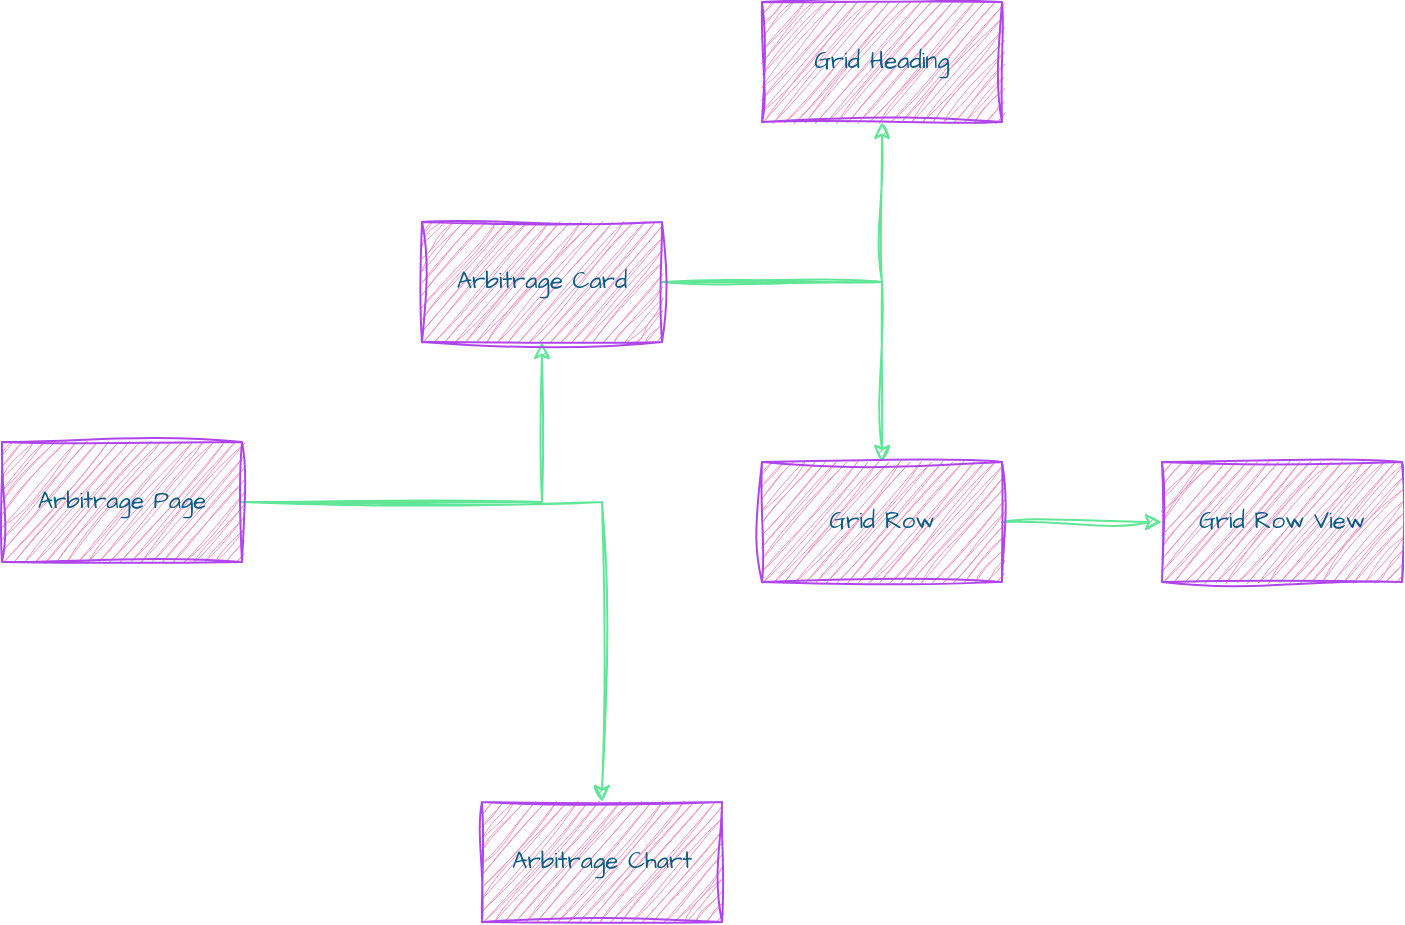
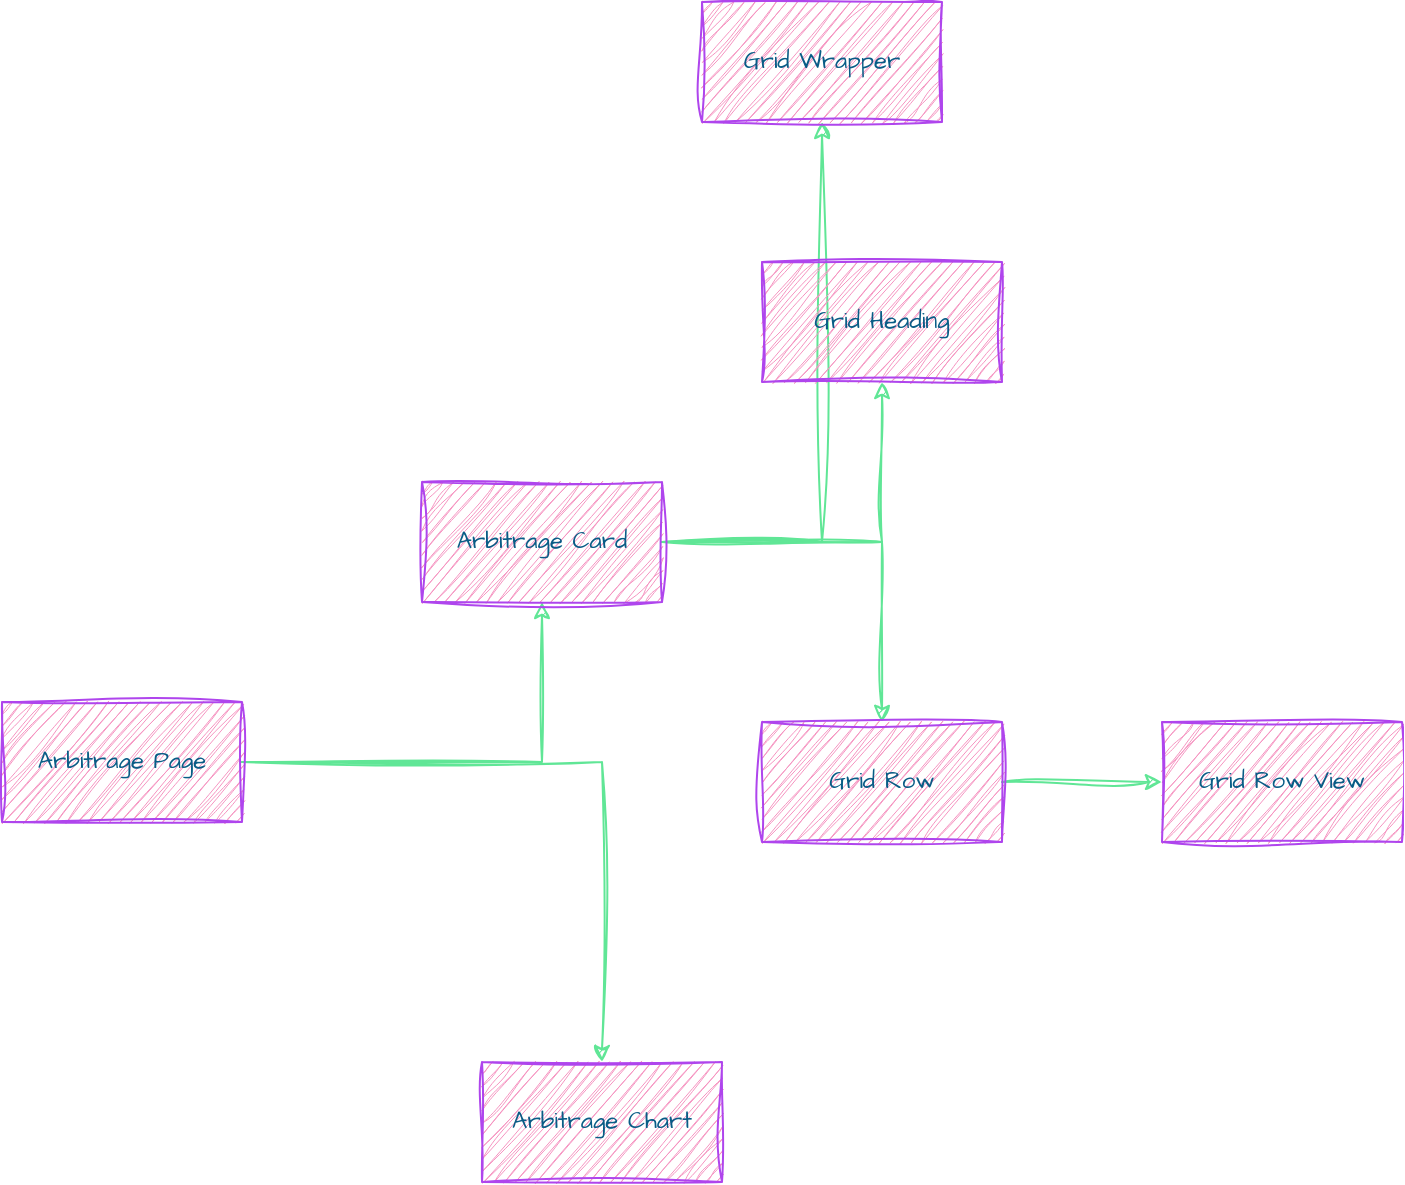
<mxfile host="app.diagrams.net" pages="6">
  <diagram id="4BpxD9aP9KdIrpdj0uMA" name="Arbitrage Page">
-     <mxGraphModel dx="1357" dy="626" grid="1" gridSize="10" guides="1" tooltips="1" connect="1" arrows="1" fold="1" page="0" pageScale="1" pageWidth="402" pageHeight="874" math="0" shadow="0">
+     <mxGraphModel dx="1357" dy="1026" grid="1" gridSize="10" guides="1" tooltips="1" connect="1" arrows="1" fold="1" page="0" pageScale="1" pageWidth="402" pageHeight="874" math="0" shadow="0">
      <root>
        <mxCell id="0" />
        <mxCell id="1" parent="0" />
        <mxCell id="s9Nx30N8KHW5dVmqoR0w-8" edge="1" parent="1" source="s9Nx30N8KHW5dVmqoR0w-1" style="edgeStyle=orthogonalEdgeStyle;rounded=0;sketch=1;hachureGap=4;jiggle=2;curveFitting=1;orthogonalLoop=1;jettySize=auto;html=1;strokeColor=#60E696;fontFamily=Architects Daughter;fontSource=https%3A%2F%2Ffonts.googleapis.com%2Fcss%3Ffamily%3DArchitects%2BDaughter;fontColor=#095C86;fillColor=#F694C1;" target="s9Nx30N8KHW5dVmqoR0w-7" value="">
          <mxGeometry relative="1" as="geometry" />
        </mxCell>
        <mxCell id="s9Nx30N8KHW5dVmqoR0w-16" edge="1" parent="1" source="s9Nx30N8KHW5dVmqoR0w-1" style="edgeStyle=orthogonalEdgeStyle;rounded=0;sketch=1;hachureGap=4;jiggle=2;curveFitting=1;orthogonalLoop=1;jettySize=auto;html=1;strokeColor=#60E696;fontFamily=Architects Daughter;fontSource=https%3A%2F%2Ffonts.googleapis.com%2Fcss%3Ffamily%3DArchitects%2BDaughter;fontColor=#095C86;fillColor=#F694C1;" target="s9Nx30N8KHW5dVmqoR0w-15" value="">
          <mxGeometry relative="1" as="geometry" />
        </mxCell>
        <mxCell id="s9Nx30N8KHW5dVmqoR0w-1" parent="1" style="whiteSpace=wrap;html=1;sketch=1;hachureGap=4;jiggle=2;curveFitting=1;strokeColor=#AF45ED;fontFamily=Architects Daughter;fontSource=https%3A%2F%2Ffonts.googleapis.com%2Fcss%3Ffamily%3DArchitects%2BDaughter;fontColor=#095C86;fillColor=#F694C1;" value="Arbitrage Page" vertex="1">
          <mxGeometry height="60" width="120" x="-110" y="240" as="geometry" />
        </mxCell>
        <mxCell id="s9Nx30N8KHW5dVmqoR0w-10" edge="1" parent="1" source="s9Nx30N8KHW5dVmqoR0w-7" style="edgeStyle=orthogonalEdgeStyle;rounded=0;sketch=1;hachureGap=4;jiggle=2;curveFitting=1;orthogonalLoop=1;jettySize=auto;html=1;strokeColor=#60E696;fontFamily=Architects Daughter;fontSource=https%3A%2F%2Ffonts.googleapis.com%2Fcss%3Ffamily%3DArchitects%2BDaughter;fontColor=#095C86;fillColor=#F694C1;" target="s9Nx30N8KHW5dVmqoR0w-9" value="">
          <mxGeometry relative="1" as="geometry" />
        </mxCell>
        <mxCell id="s9Nx30N8KHW5dVmqoR0w-12" edge="1" parent="1" source="s9Nx30N8KHW5dVmqoR0w-7" style="edgeStyle=orthogonalEdgeStyle;rounded=0;sketch=1;hachureGap=4;jiggle=2;curveFitting=1;orthogonalLoop=1;jettySize=auto;html=1;strokeColor=#60E696;fontFamily=Architects Daughter;fontSource=https%3A%2F%2Ffonts.googleapis.com%2Fcss%3Ffamily%3DArchitects%2BDaughter;fontColor=#095C86;fillColor=#F694C1;" target="s9Nx30N8KHW5dVmqoR0w-11" value="">
          <mxGeometry relative="1" as="geometry" />
        </mxCell>
+         <mxCell id="s9Nx30N8KHW5dVmqoR0w-18" edge="1" parent="1" source="s9Nx30N8KHW5dVmqoR0w-7" style="edgeStyle=orthogonalEdgeStyle;rounded=0;sketch=1;hachureGap=4;jiggle=2;curveFitting=1;orthogonalLoop=1;jettySize=auto;html=1;strokeColor=#60E696;fontFamily=Architects Daughter;fontSource=https%3A%2F%2Ffonts.googleapis.com%2Fcss%3Ffamily%3DArchitects%2BDaughter;fontColor=#095C86;fillColor=#F694C1;" target="s9Nx30N8KHW5dVmqoR0w-17" value="">
+           <mxGeometry relative="1" as="geometry" />
+         </mxCell>
        <mxCell id="s9Nx30N8KHW5dVmqoR0w-7" parent="1" style="whiteSpace=wrap;html=1;fontFamily=Architects Daughter;fillColor=#F694C1;strokeColor=#AF45ED;fontColor=#095C86;sketch=1;hachureGap=4;jiggle=2;curveFitting=1;fontSource=https%3A%2F%2Ffonts.googleapis.com%2Fcss%3Ffamily%3DArchitects%2BDaughter;" value="Arbitrage Card" vertex="1">
          <mxGeometry height="60" width="120" x="100" y="130" as="geometry" />
        </mxCell>
        <mxCell id="s9Nx30N8KHW5dVmqoR0w-9" parent="1" style="whiteSpace=wrap;html=1;fontFamily=Architects Daughter;fillColor=#F694C1;strokeColor=#AF45ED;fontColor=#095C86;sketch=1;hachureGap=4;jiggle=2;curveFitting=1;fontSource=https%3A%2F%2Ffonts.googleapis.com%2Fcss%3Ffamily%3DArchitects%2BDaughter;" value="Grid Heading" vertex="1">
          <mxGeometry height="60" width="120" x="270" y="20" as="geometry" />
        </mxCell>
        <mxCell id="s9Nx30N8KHW5dVmqoR0w-14" edge="1" parent="1" source="s9Nx30N8KHW5dVmqoR0w-11" style="edgeStyle=orthogonalEdgeStyle;rounded=0;sketch=1;hachureGap=4;jiggle=2;curveFitting=1;orthogonalLoop=1;jettySize=auto;html=1;strokeColor=#60E696;fontFamily=Architects Daughter;fontSource=https%3A%2F%2Ffonts.googleapis.com%2Fcss%3Ffamily%3DArchitects%2BDaughter;fontColor=#095C86;fillColor=#F694C1;" target="s9Nx30N8KHW5dVmqoR0w-13" value="">
          <mxGeometry relative="1" as="geometry" />
        </mxCell>
        <mxCell id="s9Nx30N8KHW5dVmqoR0w-11" parent="1" style="whiteSpace=wrap;html=1;fontFamily=Architects Daughter;fillColor=#F694C1;strokeColor=#AF45ED;fontColor=#095C86;sketch=1;hachureGap=4;jiggle=2;curveFitting=1;fontSource=https%3A%2F%2Ffonts.googleapis.com%2Fcss%3Ffamily%3DArchitects%2BDaughter;" value="Grid Row" vertex="1">
          <mxGeometry height="60" width="120" x="270" y="250" as="geometry" />
        </mxCell>
        <mxCell id="s9Nx30N8KHW5dVmqoR0w-13" parent="1" style="whiteSpace=wrap;html=1;fontFamily=Architects Daughter;fillColor=#F694C1;strokeColor=#AF45ED;fontColor=#095C86;sketch=1;hachureGap=4;jiggle=2;curveFitting=1;fontSource=https%3A%2F%2Ffonts.googleapis.com%2Fcss%3Ffamily%3DArchitects%2BDaughter;" value="Grid Row View" vertex="1">
          <mxGeometry height="60" width="120" x="470" y="250" as="geometry" />
        </mxCell>
        <mxCell id="s9Nx30N8KHW5dVmqoR0w-15" parent="1" style="whiteSpace=wrap;html=1;fontFamily=Architects Daughter;fillColor=#F694C1;strokeColor=#AF45ED;fontColor=#095C86;sketch=1;hachureGap=4;jiggle=2;curveFitting=1;fontSource=https%3A%2F%2Ffonts.googleapis.com%2Fcss%3Ffamily%3DArchitects%2BDaughter;" value="Arbitrage Chart" vertex="1">
          <mxGeometry height="60" width="120" x="130" y="420" as="geometry" />
+         </mxCell>
+         <mxCell id="s9Nx30N8KHW5dVmqoR0w-17" parent="1" style="whiteSpace=wrap;html=1;fontFamily=Architects Daughter;fillColor=#F694C1;strokeColor=#AF45ED;fontColor=#095C86;sketch=1;hachureGap=4;jiggle=2;curveFitting=1;fontSource=https%3A%2F%2Ffonts.googleapis.com%2Fcss%3Ffamily%3DArchitects%2BDaughter;" value="Grid Wrapper" vertex="1">
+           <mxGeometry height="60" width="120" x="240" y="-110" as="geometry" />
        </mxCell>
      </root>
    </mxGraphModel>
  </diagram>
  <diagram id="wPQbEJP3DVO_ncDqMHqx" name="Sessions Page">
    <mxGraphModel dx="2395" dy="1443" grid="1" gridSize="10" guides="1" tooltips="1" connect="1" arrows="1" fold="1" page="0" pageScale="1" pageWidth="402" pageHeight="874" math="0" shadow="0">
      <root>
        <mxCell id="0" />
        <mxCell id="1" parent="0" />
        <mxCell id="DB1AKVm6qyutKQlFYAWD-6" edge="1" parent="1" source="DB1AKVm6qyutKQlFYAWD-1" style="edgeStyle=orthogonalEdgeStyle;rounded=1;orthogonalLoop=1;jettySize=auto;html=1;sketch=1;curveFitting=1;jiggle=2;labelBackgroundColor=none;fontColor=default;strokeColor=#60E696;" target="DB1AKVm6qyutKQlFYAWD-5" value="">
          <mxGeometry relative="1" as="geometry" />
        </mxCell>
        <mxCell id="DB1AKVm6qyutKQlFYAWD-8" edge="1" parent="1" source="DB1AKVm6qyutKQlFYAWD-1" style="edgeStyle=orthogonalEdgeStyle;rounded=1;orthogonalLoop=1;jettySize=auto;html=1;sketch=1;curveFitting=1;jiggle=2;labelBackgroundColor=none;fontColor=default;strokeColor=#60E696;" target="DB1AKVm6qyutKQlFYAWD-7" value="">
          <mxGeometry relative="1" as="geometry">
            <Array as="points">
              <mxPoint x="120" y="270" />
            </Array>
          </mxGeometry>
        </mxCell>
        <mxCell id="DB1AKVm6qyutKQlFYAWD-10" edge="1" parent="1" source="DB1AKVm6qyutKQlFYAWD-1" style="edgeStyle=orthogonalEdgeStyle;rounded=1;orthogonalLoop=1;jettySize=auto;html=1;sketch=1;curveFitting=1;jiggle=2;labelBackgroundColor=none;fontColor=default;strokeColor=#60E696;" target="DB1AKVm6qyutKQlFYAWD-9" value="">
          <mxGeometry relative="1" as="geometry">
            <Array as="points">
              <mxPoint x="120" y="60" />
            </Array>
          </mxGeometry>
        </mxCell>
        <mxCell id="DB1AKVm6qyutKQlFYAWD-1" parent="1" style="rounded=1;whiteSpace=wrap;html=1;sketch=1;curveFitting=1;jiggle=2;labelBackgroundColor=none;fillColor=#F694C1;strokeColor=#AF45ED;fontColor=#095C86;" value="add-scrip" vertex="1">
          <mxGeometry height="60" width="120" x="60" y="130" as="geometry" />
        </mxCell>
        <mxCell id="DB1AKVm6qyutKQlFYAWD-4" edge="1" parent="1" source="DB1AKVm6qyutKQlFYAWD-3" style="edgeStyle=orthogonalEdgeStyle;rounded=1;orthogonalLoop=1;jettySize=auto;html=1;sketch=1;curveFitting=1;jiggle=2;labelBackgroundColor=none;fontColor=default;strokeColor=#60E696;" target="DB1AKVm6qyutKQlFYAWD-1" value="">
          <mxGeometry relative="1" as="geometry" />
        </mxCell>
        <mxCell id="DB1AKVm6qyutKQlFYAWD-12" edge="1" parent="1" source="DB1AKVm6qyutKQlFYAWD-3" style="edgeStyle=orthogonalEdgeStyle;rounded=1;orthogonalLoop=1;jettySize=auto;html=1;sketch=1;curveFitting=1;jiggle=2;labelBackgroundColor=none;fontColor=default;strokeColor=#60E696;" target="DB1AKVm6qyutKQlFYAWD-11" value="">
          <mxGeometry relative="1" as="geometry">
            <Array as="points">
              <mxPoint x="-100" y="360" />
            </Array>
          </mxGeometry>
        </mxCell>
        <mxCell id="DB1AKVm6qyutKQlFYAWD-3" parent="1" style="rounded=1;whiteSpace=wrap;html=1;sketch=1;curveFitting=1;jiggle=2;labelBackgroundColor=none;fillColor=#F694C1;strokeColor=#AF45ED;fontColor=#095C86;" value="add-session-cta" vertex="1">
          <mxGeometry height="60" width="120" x="-160" y="130" as="geometry" />
        </mxCell>
        <mxCell id="DB1AKVm6qyutKQlFYAWD-5" parent="1" style="whiteSpace=wrap;html=1;rounded=1;sketch=1;curveFitting=1;jiggle=2;labelBackgroundColor=none;fillColor=#F694C1;strokeColor=#AF45ED;fontColor=#095C86;" value="select-exchange" vertex="1">
          <mxGeometry height="60" width="120" x="310" y="130" as="geometry" />
        </mxCell>
        <mxCell id="ouMAoqMrmdJ_XqpmxOQB-3" edge="1" parent="1" source="DB1AKVm6qyutKQlFYAWD-7" style="edgeStyle=orthogonalEdgeStyle;rounded=1;sketch=1;hachureGap=4;jiggle=2;curveFitting=1;orthogonalLoop=1;jettySize=auto;html=1;fontFamily=Architects Daughter;fontSource=https%3A%2F%2Ffonts.googleapis.com%2Fcss%3Ffamily%3DArchitects%2BDaughter;labelBackgroundColor=none;fontColor=default;strokeColor=#60E696;" target="ouMAoqMrmdJ_XqpmxOQB-1">
          <mxGeometry relative="1" as="geometry" />
        </mxCell>
        <mxCell id="DB1AKVm6qyutKQlFYAWD-7" parent="1" style="whiteSpace=wrap;html=1;rounded=1;sketch=1;curveFitting=1;jiggle=2;labelBackgroundColor=none;fillColor=#F694C1;strokeColor=#AF45ED;fontColor=#095C86;" value="NSE Scrip Form" vertex="1">
          <mxGeometry height="60" width="120" x="310" y="220" as="geometry" />
        </mxCell>
        <mxCell id="ouMAoqMrmdJ_XqpmxOQB-2" edge="1" parent="1" source="DB1AKVm6qyutKQlFYAWD-9" style="edgeStyle=orthogonalEdgeStyle;rounded=1;sketch=1;hachureGap=4;jiggle=2;curveFitting=1;orthogonalLoop=1;jettySize=auto;html=1;fontFamily=Architects Daughter;fontSource=https%3A%2F%2Ffonts.googleapis.com%2Fcss%3Ffamily%3DArchitects%2BDaughter;labelBackgroundColor=none;fontColor=default;strokeColor=#60E696;" target="ouMAoqMrmdJ_XqpmxOQB-1" value="">
          <mxGeometry relative="1" as="geometry" />
        </mxCell>
        <mxCell id="DB1AKVm6qyutKQlFYAWD-9" parent="1" style="whiteSpace=wrap;html=1;rounded=1;sketch=1;curveFitting=1;jiggle=2;labelBackgroundColor=none;fillColor=#F694C1;strokeColor=#AF45ED;fontColor=#095C86;" value="NFO Scrip Form" vertex="1">
          <mxGeometry height="60" width="120" x="310" y="30" as="geometry" />
        </mxCell>
        <mxCell id="ouMAoqMrmdJ_XqpmxOQB-15" edge="1" parent="1" source="DB1AKVm6qyutKQlFYAWD-11" style="edgeStyle=orthogonalEdgeStyle;rounded=1;sketch=1;hachureGap=4;jiggle=2;curveFitting=1;orthogonalLoop=1;jettySize=auto;html=1;fontFamily=Architects Daughter;fontSource=https%3A%2F%2Ffonts.googleapis.com%2Fcss%3Ffamily%3DArchitects%2BDaughter;labelBackgroundColor=none;fontColor=default;strokeColor=#60E696;" target="ouMAoqMrmdJ_XqpmxOQB-14" value="">
          <mxGeometry relative="1" as="geometry" />
        </mxCell>
        <mxCell id="ouMAoqMrmdJ_XqpmxOQB-17" edge="1" parent="1" source="DB1AKVm6qyutKQlFYAWD-11" style="edgeStyle=orthogonalEdgeStyle;rounded=1;sketch=1;hachureGap=4;jiggle=2;curveFitting=1;orthogonalLoop=1;jettySize=auto;html=1;fontFamily=Architects Daughter;fontSource=https%3A%2F%2Ffonts.googleapis.com%2Fcss%3Ffamily%3DArchitects%2BDaughter;labelBackgroundColor=none;fontColor=default;strokeColor=#60E696;" target="ouMAoqMrmdJ_XqpmxOQB-16" value="">
          <mxGeometry relative="1" as="geometry">
            <Array as="points">
              <mxPoint x="120" y="520" />
            </Array>
          </mxGeometry>
        </mxCell>
        <mxCell id="DB1AKVm6qyutKQlFYAWD-11" parent="1" style="whiteSpace=wrap;html=1;rounded=1;sketch=1;curveFitting=1;jiggle=2;labelBackgroundColor=none;fillColor=#F694C1;strokeColor=#AF45ED;fontColor=#095C86;" value="scrip-list" vertex="1">
          <mxGeometry height="60" width="120" x="60" y="330" as="geometry" />
        </mxCell>
        <mxCell id="DB1AKVm6qyutKQlFYAWD-15" edge="1" parent="1" source="DB1AKVm6qyutKQlFYAWD-14" style="edgeStyle=orthogonalEdgeStyle;rounded=1;sketch=1;hachureGap=4;jiggle=2;curveFitting=1;orthogonalLoop=1;jettySize=auto;html=1;entryX=0;entryY=0.5;entryDx=0;entryDy=0;fontFamily=Architects Daughter;fontSource=https%3A%2F%2Ffonts.googleapis.com%2Fcss%3Ffamily%3DArchitects%2BDaughter;fontColor=default;labelBackgroundColor=none;strokeColor=#60E696;" target="DB1AKVm6qyutKQlFYAWD-3">
          <mxGeometry relative="1" as="geometry">
            <Array as="points">
              <mxPoint x="-360" y="160" />
            </Array>
          </mxGeometry>
        </mxCell>
        <mxCell id="ouMAoqMrmdJ_XqpmxOQB-28" edge="1" parent="1" source="DB1AKVm6qyutKQlFYAWD-14" style="edgeStyle=orthogonalEdgeStyle;rounded=1;sketch=1;hachureGap=4;jiggle=2;curveFitting=1;orthogonalLoop=1;jettySize=auto;html=1;entryX=0;entryY=0.5;entryDx=0;entryDy=0;fontFamily=Architects Daughter;fontSource=https%3A%2F%2Ffonts.googleapis.com%2Fcss%3Ffamily%3DArchitects%2BDaughter;labelBackgroundColor=none;fontColor=default;strokeColor=#60E696;" target="ouMAoqMrmdJ_XqpmxOQB-19">
          <mxGeometry relative="1" as="geometry">
            <Array as="points">
              <mxPoint x="-360" y="880" />
            </Array>
          </mxGeometry>
        </mxCell>
        <mxCell id="DB1AKVm6qyutKQlFYAWD-14" parent="1" style="rounded=1;whiteSpace=wrap;html=1;sketch=1;curveFitting=1;jiggle=2;labelBackgroundColor=none;fillColor=#F694C1;strokeColor=#AF45ED;fontColor=#095C86;" value="sessions-page" vertex="1">
          <mxGeometry height="60" width="120" x="-420" y="320" as="geometry" />
        </mxCell>
        <mxCell id="ouMAoqMrmdJ_XqpmxOQB-1" parent="1" style="whiteSpace=wrap;html=1;rounded=1;sketch=1;curveFitting=1;jiggle=2;labelBackgroundColor=none;fillColor=#F694C1;strokeColor=#AF45ED;fontColor=#095C86;" value="base form" vertex="1">
          <mxGeometry height="60" width="120" x="560" y="130" as="geometry" />
        </mxCell>
        <mxCell id="ouMAoqMrmdJ_XqpmxOQB-6" edge="1" parent="1" source="ouMAoqMrmdJ_XqpmxOQB-4" style="edgeStyle=orthogonalEdgeStyle;rounded=1;sketch=1;hachureGap=4;jiggle=2;curveFitting=1;orthogonalLoop=1;jettySize=auto;html=1;fontFamily=Architects Daughter;fontSource=https%3A%2F%2Ffonts.googleapis.com%2Fcss%3Ffamily%3DArchitects%2BDaughter;labelBackgroundColor=none;fontColor=default;strokeColor=#60E696;" target="ouMAoqMrmdJ_XqpmxOQB-5" value="">
          <mxGeometry relative="1" as="geometry" />
        </mxCell>
        <mxCell id="ouMAoqMrmdJ_XqpmxOQB-4" parent="1" style="whiteSpace=wrap;html=1;sketch=1;hachureGap=4;jiggle=2;curveFitting=1;fontFamily=Architects Daughter;fontSource=https%3A%2F%2Ffonts.googleapis.com%2Fcss%3Ffamily%3DArchitects%2BDaughter;labelBackgroundColor=none;rounded=1;fillColor=#F694C1;strokeColor=#AF45ED;fontColor=#095C86;" value="start Session" vertex="1">
          <mxGeometry height="60" width="120" x="900" y="-60" as="geometry" />
        </mxCell>
        <mxCell id="ouMAoqMrmdJ_XqpmxOQB-8" edge="1" parent="1" source="ouMAoqMrmdJ_XqpmxOQB-5" style="edgeStyle=orthogonalEdgeStyle;rounded=1;sketch=1;hachureGap=4;jiggle=2;curveFitting=1;orthogonalLoop=1;jettySize=auto;html=1;fontFamily=Architects Daughter;fontSource=https%3A%2F%2Ffonts.googleapis.com%2Fcss%3Ffamily%3DArchitects%2BDaughter;labelBackgroundColor=none;fontColor=default;strokeColor=#60E696;" target="ouMAoqMrmdJ_XqpmxOQB-7" value="">
          <mxGeometry relative="1" as="geometry" />
        </mxCell>
        <mxCell id="ouMAoqMrmdJ_XqpmxOQB-5" parent="1" style="whiteSpace=wrap;html=1;fontFamily=Architects Daughter;sketch=1;hachureGap=4;jiggle=2;curveFitting=1;fontSource=https%3A%2F%2Ffonts.googleapis.com%2Fcss%3Ffamily%3DArchitects%2BDaughter;labelBackgroundColor=none;rounded=1;fillColor=#F694C1;strokeColor=#AF45ED;fontColor=#095C86;" value="Place order" vertex="1">
          <mxGeometry height="60" width="120" x="1100" y="-60" as="geometry" />
        </mxCell>
        <mxCell id="ouMAoqMrmdJ_XqpmxOQB-10" edge="1" parent="1" source="ouMAoqMrmdJ_XqpmxOQB-7" style="edgeStyle=orthogonalEdgeStyle;rounded=1;sketch=1;hachureGap=4;jiggle=2;curveFitting=1;orthogonalLoop=1;jettySize=auto;html=1;fontFamily=Architects Daughter;fontSource=https%3A%2F%2Ffonts.googleapis.com%2Fcss%3Ffamily%3DArchitects%2BDaughter;labelBackgroundColor=none;fontColor=default;strokeColor=#60E696;" target="ouMAoqMrmdJ_XqpmxOQB-9" value="">
          <mxGeometry relative="1" as="geometry" />
        </mxCell>
        <mxCell id="ouMAoqMrmdJ_XqpmxOQB-7" parent="1" style="whiteSpace=wrap;html=1;fontFamily=Architects Daughter;sketch=1;hachureGap=4;jiggle=2;curveFitting=1;fontSource=https%3A%2F%2Ffonts.googleapis.com%2Fcss%3Ffamily%3DArchitects%2BDaughter;labelBackgroundColor=none;rounded=1;fillColor=#F694C1;strokeColor=#AF45ED;fontColor=#095C86;" value="update trade" vertex="1">
          <mxGeometry height="60" width="120" x="1300" y="-60" as="geometry" />
        </mxCell>
        <mxCell id="ouMAoqMrmdJ_XqpmxOQB-12" edge="1" parent="1" source="ouMAoqMrmdJ_XqpmxOQB-9" style="edgeStyle=orthogonalEdgeStyle;rounded=1;sketch=1;hachureGap=4;jiggle=2;curveFitting=1;orthogonalLoop=1;jettySize=auto;html=1;fontFamily=Architects Daughter;fontSource=https%3A%2F%2Ffonts.googleapis.com%2Fcss%3Ffamily%3DArchitects%2BDaughter;labelBackgroundColor=none;fontColor=default;strokeColor=#60E696;" target="ouMAoqMrmdJ_XqpmxOQB-11" value="">
          <mxGeometry relative="1" as="geometry" />
        </mxCell>
        <mxCell id="ouMAoqMrmdJ_XqpmxOQB-9" parent="1" style="whiteSpace=wrap;html=1;fontFamily=Architects Daughter;sketch=1;hachureGap=4;jiggle=2;curveFitting=1;fontSource=https%3A%2F%2Ffonts.googleapis.com%2Fcss%3Ffamily%3DArchitects%2BDaughter;labelBackgroundColor=none;rounded=1;fillColor=#F694C1;strokeColor=#AF45ED;fontColor=#095C86;" value="update netPosition" vertex="1">
          <mxGeometry height="60" width="120" x="1500" y="-60" as="geometry" />
        </mxCell>
        <mxCell id="ouMAoqMrmdJ_XqpmxOQB-11" parent="1" style="whiteSpace=wrap;html=1;fontFamily=Architects Daughter;sketch=1;hachureGap=4;jiggle=2;curveFitting=1;fontSource=https%3A%2F%2Ffonts.googleapis.com%2Fcss%3Ffamily%3DArchitects%2BDaughter;labelBackgroundColor=none;rounded=1;fillColor=#F694C1;strokeColor=#AF45ED;fontColor=#095C86;" value="update placedOrders?" vertex="1">
          <mxGeometry height="60" width="120" x="1700" y="-60" as="geometry" />
        </mxCell>
        <mxCell id="ouMAoqMrmdJ_XqpmxOQB-13" parent="1" style="html=1;verticalLabelPosition=bottom;align=center;labelBackgroundColor=none;verticalAlign=top;strokeWidth=2;shadow=0;dashed=0;shape=mxgraph.ios7.icons.tools;pointerEvents=1;sketch=1;hachureGap=4;jiggle=2;curveFitting=1;fontFamily=Architects Daughter;fontSource=https%3A%2F%2Ffonts.googleapis.com%2Fcss%3Ffamily%3DArchitects%2BDaughter;rounded=1;fillColor=#F694C1;strokeColor=#AF45ED;fontColor=#095C86;" value="" vertex="1">
          <mxGeometry height="50" width="50" x="1135" y="-20" as="geometry" />
        </mxCell>
        <mxCell id="ouMAoqMrmdJ_XqpmxOQB-14" parent="1" style="whiteSpace=wrap;html=1;rounded=1;sketch=1;curveFitting=1;jiggle=2;labelBackgroundColor=none;fillColor=#F694C1;strokeColor=#AF45ED;fontColor=#095C86;" value="live-price-cell" vertex="1">
          <mxGeometry height="60" width="120" x="260" y="330" as="geometry" />
        </mxCell>
        <mxCell id="ouMAoqMrmdJ_XqpmxOQB-16" parent="1" style="whiteSpace=wrap;html=1;rounded=1;sketch=1;curveFitting=1;jiggle=2;labelBackgroundColor=none;fillColor=#F694C1;strokeColor=#AF45ED;fontColor=#095C86;" value="charges-cell" vertex="1">
          <mxGeometry height="60" width="120" x="250" y="500" as="geometry" />
        </mxCell>
        <mxCell id="ouMAoqMrmdJ_XqpmxOQB-22" edge="1" parent="1" source="ouMAoqMrmdJ_XqpmxOQB-19" style="edgeStyle=orthogonalEdgeStyle;rounded=1;sketch=1;hachureGap=4;jiggle=2;curveFitting=1;orthogonalLoop=1;jettySize=auto;html=1;fontFamily=Architects Daughter;fontSource=https%3A%2F%2Ffonts.googleapis.com%2Fcss%3Ffamily%3DArchitects%2BDaughter;labelBackgroundColor=none;fontColor=default;strokeColor=#60E696;" target="ouMAoqMrmdJ_XqpmxOQB-21" value="">
          <mxGeometry relative="1" as="geometry" />
        </mxCell>
        <mxCell id="ouMAoqMrmdJ_XqpmxOQB-25" edge="1" parent="1" source="ouMAoqMrmdJ_XqpmxOQB-19" style="edgeStyle=orthogonalEdgeStyle;rounded=1;sketch=1;hachureGap=4;jiggle=2;curveFitting=1;orthogonalLoop=1;jettySize=auto;html=1;entryX=0;entryY=0.5;entryDx=0;entryDy=0;fontFamily=Architects Daughter;fontSource=https%3A%2F%2Ffonts.googleapis.com%2Fcss%3Ffamily%3DArchitects%2BDaughter;labelBackgroundColor=none;fontColor=default;strokeColor=#60E696;" target="ouMAoqMrmdJ_XqpmxOQB-23">
          <mxGeometry relative="1" as="geometry">
            <Array as="points">
              <mxPoint x="100" y="710" />
            </Array>
          </mxGeometry>
        </mxCell>
        <mxCell id="ouMAoqMrmdJ_XqpmxOQB-27" edge="1" parent="1" source="ouMAoqMrmdJ_XqpmxOQB-19" style="edgeStyle=orthogonalEdgeStyle;rounded=1;sketch=1;hachureGap=4;jiggle=2;curveFitting=1;orthogonalLoop=1;jettySize=auto;html=1;fontFamily=Architects Daughter;fontSource=https%3A%2F%2Ffonts.googleapis.com%2Fcss%3Ffamily%3DArchitects%2BDaughter;labelBackgroundColor=none;fontColor=default;strokeColor=#60E696;" target="ouMAoqMrmdJ_XqpmxOQB-26" value="">
          <mxGeometry relative="1" as="geometry">
            <Array as="points">
              <mxPoint x="100" y="1080" />
            </Array>
          </mxGeometry>
        </mxCell>
        <mxCell id="ouMAoqMrmdJ_XqpmxOQB-30" edge="1" parent="1" source="ouMAoqMrmdJ_XqpmxOQB-19" style="edgeStyle=orthogonalEdgeStyle;rounded=1;sketch=1;hachureGap=4;jiggle=2;curveFitting=1;orthogonalLoop=1;jettySize=auto;html=1;fontFamily=Architects Daughter;fontSource=https%3A%2F%2Ffonts.googleapis.com%2Fcss%3Ffamily%3DArchitects%2BDaughter;fontColor=default;labelBackgroundColor=none;strokeColor=#60E696;" target="ouMAoqMrmdJ_XqpmxOQB-29" value="">
          <mxGeometry relative="1" as="geometry">
            <Array as="points">
              <mxPoint x="80" y="610" />
            </Array>
          </mxGeometry>
        </mxCell>
        <mxCell id="ouMAoqMrmdJ_XqpmxOQB-19" parent="1" style="whiteSpace=wrap;html=1;rounded=1;sketch=1;curveFitting=1;jiggle=2;labelBackgroundColor=none;fillColor=#F694C1;strokeColor=#AF45ED;fontColor=#095C86;" value="session-card" vertex="1">
          <mxGeometry height="60" width="120" x="40" y="850" as="geometry" />
        </mxCell>
        <mxCell id="ouMAoqMrmdJ_XqpmxOQB-21" parent="1" style="whiteSpace=wrap;html=1;rounded=1;sketch=1;curveFitting=1;jiggle=2;labelBackgroundColor=none;fillColor=#F694C1;strokeColor=#AF45ED;fontColor=#095C86;" value="session-header" vertex="1">
          <mxGeometry height="60" width="120" x="290" y="850" as="geometry" />
        </mxCell>
        <mxCell id="ouMAoqMrmdJ_XqpmxOQB-32" edge="1" parent="1" source="ouMAoqMrmdJ_XqpmxOQB-23" style="edgeStyle=orthogonalEdgeStyle;rounded=1;sketch=1;hachureGap=4;jiggle=2;curveFitting=1;orthogonalLoop=1;jettySize=auto;html=1;fontFamily=Architects Daughter;fontSource=https%3A%2F%2Ffonts.googleapis.com%2Fcss%3Ffamily%3DArchitects%2BDaughter;fontColor=default;labelBackgroundColor=none;strokeColor=#60E696;" target="ouMAoqMrmdJ_XqpmxOQB-31" value="">
          <mxGeometry relative="1" as="geometry">
            <Array as="points">
              <mxPoint x="360" y="650" />
            </Array>
          </mxGeometry>
        </mxCell>
        <mxCell id="ouMAoqMrmdJ_XqpmxOQB-34" edge="1" parent="1" source="ouMAoqMrmdJ_XqpmxOQB-23" style="edgeStyle=orthogonalEdgeStyle;rounded=1;sketch=1;hachureGap=4;jiggle=2;curveFitting=1;orthogonalLoop=1;jettySize=auto;html=1;fontFamily=Architects Daughter;fontSource=https%3A%2F%2Ffonts.googleapis.com%2Fcss%3Ffamily%3DArchitects%2BDaughter;fontColor=default;labelBackgroundColor=none;strokeColor=#60E696;" target="ouMAoqMrmdJ_XqpmxOQB-33" value="">
          <mxGeometry relative="1" as="geometry" />
        </mxCell>
        <mxCell id="ouMAoqMrmdJ_XqpmxOQB-38" edge="1" parent="1" source="ouMAoqMrmdJ_XqpmxOQB-23" style="edgeStyle=orthogonalEdgeStyle;rounded=1;sketch=1;hachureGap=4;jiggle=2;curveFitting=1;orthogonalLoop=1;jettySize=auto;html=1;fontFamily=Architects Daughter;fontSource=https%3A%2F%2Ffonts.googleapis.com%2Fcss%3Ffamily%3DArchitects%2BDaughter;fontColor=default;labelBackgroundColor=none;strokeColor=#60E696;" target="ouMAoqMrmdJ_XqpmxOQB-37" value="">
          <mxGeometry relative="1" as="geometry">
            <Array as="points">
              <mxPoint x="360" y="790" />
              <mxPoint x="640" y="790" />
            </Array>
          </mxGeometry>
        </mxCell>
        <mxCell id="eX8Cx5BNWnft2gzvnQZb-2" edge="1" parent="1" source="ouMAoqMrmdJ_XqpmxOQB-23" style="edgeStyle=orthogonalEdgeStyle;rounded=0;sketch=1;hachureGap=4;jiggle=2;curveFitting=1;orthogonalLoop=1;jettySize=auto;html=1;fontFamily=Architects Daughter;fontSource=https%3A%2F%2Ffonts.googleapis.com%2Fcss%3Ffamily%3DArchitects%2BDaughter;entryX=0;entryY=0.5;entryDx=0;entryDy=0;labelBackgroundColor=none;fontColor=default;strokeColor=#60E696;" target="eX8Cx5BNWnft2gzvnQZb-3">
          <mxGeometry relative="1" as="geometry">
            <Array as="points">
              <mxPoint x="340" y="830" />
              <mxPoint x="600" y="830" />
              <mxPoint x="600" y="980" />
            </Array>
            <mxPoint x="600" y="1010" as="targetPoint" />
          </mxGeometry>
        </mxCell>
        <mxCell id="ouMAoqMrmdJ_XqpmxOQB-23" parent="1" style="whiteSpace=wrap;html=1;rounded=1;sketch=1;curveFitting=1;jiggle=2;labelBackgroundColor=none;fillColor=#F694C1;strokeColor=#AF45ED;fontColor=#095C86;" value="net-positions-grid" vertex="1">
          <mxGeometry height="60" width="120" x="300" y="680" as="geometry" />
        </mxCell>
        <mxCell id="ouMAoqMrmdJ_XqpmxOQB-26" parent="1" style="whiteSpace=wrap;html=1;rounded=1;sketch=1;curveFitting=1;jiggle=2;labelBackgroundColor=none;fillColor=#F694C1;strokeColor=#AF45ED;fontColor=#095C86;" value="pnl-summary" vertex="1">
          <mxGeometry height="60" width="120" x="300" y="1050" as="geometry" />
        </mxCell>
        <mxCell id="ouMAoqMrmdJ_XqpmxOQB-29" parent="1" style="whiteSpace=wrap;html=1;rounded=1;sketch=1;curveFitting=1;jiggle=2;labelBackgroundColor=none;fillColor=#F694C1;strokeColor=#AF45ED;fontColor=#095C86;" value="GridWrapper" vertex="1">
          <mxGeometry height="60" width="120" x="300" y="580" as="geometry" />
        </mxCell>
        <mxCell id="ouMAoqMrmdJ_XqpmxOQB-31" parent="1" style="whiteSpace=wrap;html=1;rounded=1;sketch=1;curveFitting=1;jiggle=2;labelBackgroundColor=none;fillColor=#F694C1;strokeColor=#AF45ED;fontColor=#095C86;" value="header" vertex="1">
          <mxGeometry height="60" width="120" x="700" y="600" as="geometry" />
        </mxCell>
        <mxCell id="ouMAoqMrmdJ_XqpmxOQB-33" parent="1" style="whiteSpace=wrap;html=1;rounded=1;sketch=1;curveFitting=1;jiggle=2;labelBackgroundColor=none;fillColor=#F694C1;strokeColor=#AF45ED;fontColor=#095C86;" value="table-heading" vertex="1">
          <mxGeometry height="60" width="120" x="700" y="710" as="geometry" />
        </mxCell>
        <mxCell id="ouMAoqMrmdJ_XqpmxOQB-40" edge="1" parent="1" source="ouMAoqMrmdJ_XqpmxOQB-37" style="edgeStyle=orthogonalEdgeStyle;rounded=1;sketch=1;hachureGap=4;jiggle=2;curveFitting=1;orthogonalLoop=1;jettySize=auto;html=1;fontFamily=Architects Daughter;fontSource=https%3A%2F%2Ffonts.googleapis.com%2Fcss%3Ffamily%3DArchitects%2BDaughter;fontColor=default;labelBackgroundColor=none;strokeColor=#60E696;" target="ouMAoqMrmdJ_XqpmxOQB-39" value="">
          <mxGeometry relative="1" as="geometry" />
        </mxCell>
        <mxCell id="ouMAoqMrmdJ_XqpmxOQB-41" edge="1" parent="1" source="ouMAoqMrmdJ_XqpmxOQB-37" style="edgeStyle=orthogonalEdgeStyle;rounded=1;sketch=1;hachureGap=4;jiggle=2;curveFitting=1;orthogonalLoop=1;jettySize=auto;html=1;fontFamily=Architects Daughter;fontSource=https%3A%2F%2Ffonts.googleapis.com%2Fcss%3Ffamily%3DArchitects%2BDaughter;fontColor=default;labelBackgroundColor=none;strokeColor=#60E696;" target="ouMAoqMrmdJ_XqpmxOQB-39" value="">
          <mxGeometry relative="1" as="geometry" />
        </mxCell>
        <mxCell id="ouMAoqMrmdJ_XqpmxOQB-43" edge="1" parent="1" source="ouMAoqMrmdJ_XqpmxOQB-37" style="edgeStyle=orthogonalEdgeStyle;rounded=1;sketch=1;hachureGap=4;jiggle=2;curveFitting=1;orthogonalLoop=1;jettySize=auto;html=1;fontFamily=Architects Daughter;fontSource=https%3A%2F%2Ffonts.googleapis.com%2Fcss%3Ffamily%3DArchitects%2BDaughter;fontColor=default;labelBackgroundColor=none;strokeColor=#60E696;" target="ouMAoqMrmdJ_XqpmxOQB-42" value="">
          <mxGeometry relative="1" as="geometry">
            <Array as="points">
              <mxPoint x="865" y="860" />
              <mxPoint x="865" y="890" />
            </Array>
          </mxGeometry>
        </mxCell>
        <mxCell id="ouMAoqMrmdJ_XqpmxOQB-37" parent="1" style="whiteSpace=wrap;html=1;rounded=1;sketch=1;curveFitting=1;jiggle=2;labelBackgroundColor=none;fillColor=#F694C1;strokeColor=#AF45ED;fontColor=#095C86;" value="instrument-row" vertex="1">
          <mxGeometry height="60" width="120" x="700" y="810" as="geometry" />
        </mxCell>
        <mxCell id="ouMAoqMrmdJ_XqpmxOQB-39" parent="1" style="whiteSpace=wrap;html=1;rounded=1;sketch=1;curveFitting=1;jiggle=2;labelBackgroundColor=none;fillColor=#F694C1;strokeColor=#AF45ED;fontColor=#095C86;" value="buy-sell-cta" vertex="1">
          <mxGeometry height="60" width="120" x="910" y="750" as="geometry" />
        </mxCell>
        <mxCell id="ouMAoqMrmdJ_XqpmxOQB-42" parent="1" style="whiteSpace=wrap;html=1;rounded=1;sketch=1;curveFitting=1;jiggle=2;labelBackgroundColor=none;fillColor=#F694C1;strokeColor=#AF45ED;fontColor=#095C86;" value="instrument-row-view" vertex="1">
          <mxGeometry height="60" width="120" x="910" y="860" as="geometry" />
        </mxCell>
        <mxCell id="eX8Cx5BNWnft2gzvnQZb-3" parent="1" style="rounded=1;whiteSpace=wrap;html=1;sketch=1;hachureGap=4;jiggle=2;curveFitting=1;fontFamily=Architects Daughter;fontSource=https%3A%2F%2Ffonts.googleapis.com%2Fcss%3Ffamily%3DArchitects%2BDaughter;labelBackgroundColor=none;fillColor=#F694C1;strokeColor=#AF45ED;fontColor=#095C86;" value="pnl-summary" vertex="1">
          <mxGeometry height="60" width="120" x="700" y="950" as="geometry" />
        </mxCell>
      </root>
    </mxGraphModel>
  </diagram>
  <diagram id="YVkBlKKJ4RNEtawBKbZk" name="Session">
    <mxGraphModel dx="1357" dy="626" grid="1" gridSize="10" guides="1" tooltips="1" connect="1" arrows="1" fold="1" page="0" pageScale="1" pageWidth="402" pageHeight="874" math="0" shadow="0">
      <root>
        <mxCell id="0" />
        <mxCell id="1" parent="0" />
        <mxCell id="b8iQl_XISdQ6rZ6kNcMQ-3" edge="1" parent="1" source="b8iQl_XISdQ6rZ6kNcMQ-1" style="edgeStyle=orthogonalEdgeStyle;rounded=0;orthogonalLoop=1;jettySize=auto;html=1;" target="b8iQl_XISdQ6rZ6kNcMQ-2" value="">
          <mxGeometry relative="1" as="geometry" />
        </mxCell>
        <mxCell id="b8iQl_XISdQ6rZ6kNcMQ-1" parent="1" style="rounded=1;whiteSpace=wrap;html=1;" value="start session" vertex="1">
          <mxGeometry height="60" width="120" x="-200" y="80" as="geometry" />
        </mxCell>
        <mxCell id="b8iQl_XISdQ6rZ6kNcMQ-5" edge="1" parent="1" source="b8iQl_XISdQ6rZ6kNcMQ-2" style="edgeStyle=orthogonalEdgeStyle;rounded=0;orthogonalLoop=1;jettySize=auto;html=1;" target="b8iQl_XISdQ6rZ6kNcMQ-4" value="">
          <mxGeometry relative="1" as="geometry" />
        </mxCell>
        <mxCell id="b8iQl_XISdQ6rZ6kNcMQ-2" parent="1" style="whiteSpace=wrap;html=1;rounded=1;" value="place orders&amp;nbsp;&lt;br&gt;(all or none)" vertex="1">
          <mxGeometry height="60" width="120" y="80" as="geometry" />
        </mxCell>
        <mxCell id="b8iQl_XISdQ6rZ6kNcMQ-7" edge="1" parent="1" source="b8iQl_XISdQ6rZ6kNcMQ-4" style="edgeStyle=orthogonalEdgeStyle;rounded=0;orthogonalLoop=1;jettySize=auto;html=1;" target="b8iQl_XISdQ6rZ6kNcMQ-6" value="">
          <mxGeometry relative="1" as="geometry" />
        </mxCell>
        <mxCell id="b8iQl_XISdQ6rZ6kNcMQ-4" parent="1" style="whiteSpace=wrap;html=1;rounded=1;" value="update margins" vertex="1">
          <mxGeometry height="60" width="120" x="200" y="80" as="geometry" />
        </mxCell>
        <mxCell id="b8iQl_XISdQ6rZ6kNcMQ-6" parent="1" style="whiteSpace=wrap;html=1;rounded=1;" value="create session" vertex="1">
          <mxGeometry height="60" width="120" x="200" y="200" as="geometry" />
        </mxCell>
        <mxCell id="b8iQl_XISdQ6rZ6kNcMQ-8" parent="1" style="rounded=1;whiteSpace=wrap;html=1;fillColor=#fff2cc;strokeColor=#d6b656;" value="firebase" vertex="1">
          <mxGeometry height="40" width="80" x="300" y="190" as="geometry" />
        </mxCell>
        <mxCell id="b8iQl_XISdQ6rZ6kNcMQ-9" parent="1" style="rounded=1;whiteSpace=wrap;html=1;fillColor=#fff2cc;strokeColor=#d6b656;" value="kite" vertex="1">
          <mxGeometry height="40" width="80" x="80" y="50" as="geometry" />
        </mxCell>
        <mxCell id="b8iQl_XISdQ6rZ6kNcMQ-10" parent="1" style="rounded=1;whiteSpace=wrap;html=1;fillColor=#fff2cc;strokeColor=#d6b656;" value="firebase" vertex="1">
          <mxGeometry height="40" width="80" x="290" y="60" as="geometry" />
        </mxCell>
      </root>
    </mxGraphModel>
  </diagram>
  <diagram id="4KjMPYYtLXdBkkJX1B08" name="Auth">
    <mxGraphModel dx="1276" dy="835" grid="0" gridSize="10" guides="1" tooltips="1" connect="1" arrows="1" fold="1" page="0" pageScale="1" pageWidth="402" pageHeight="874" math="0" shadow="0">
      <root>
        <mxCell id="0" />
        <mxCell id="1" parent="0" />
        <mxCell id="pPH6oVQiPgVcm9OUePWL-3" edge="1" parent="1" source="pPH6oVQiPgVcm9OUePWL-1" style="edgeStyle=orthogonalEdgeStyle;rounded=0;orthogonalLoop=1;jettySize=auto;html=1;" target="pPH6oVQiPgVcm9OUePWL-2" value="">
          <mxGeometry relative="1" as="geometry" />
        </mxCell>
        <mxCell id="pPH6oVQiPgVcm9OUePWL-1" parent="1" style="rounded=1;whiteSpace=wrap;html=1;" value="User clicks &quot;Login&quot; Button" vertex="1">
          <mxGeometry height="60" width="120" x="23" y="101" as="geometry" />
        </mxCell>
        <mxCell id="pPH6oVQiPgVcm9OUePWL-5" edge="1" parent="1" source="pPH6oVQiPgVcm9OUePWL-2" style="edgeStyle=orthogonalEdgeStyle;rounded=0;orthogonalLoop=1;jettySize=auto;html=1;" target="pPH6oVQiPgVcm9OUePWL-4" value="">
          <mxGeometry relative="1" as="geometry" />
        </mxCell>
        <mxCell id="pPH6oVQiPgVcm9OUePWL-2" parent="1" style="whiteSpace=wrap;html=1;rounded=1;" value="Open the Login URL" vertex="1">
          <mxGeometry height="60" width="120" x="223" y="101" as="geometry" />
        </mxCell>
        <mxCell id="pPH6oVQiPgVcm9OUePWL-7" edge="1" parent="1" source="pPH6oVQiPgVcm9OUePWL-4" style="edgeStyle=orthogonalEdgeStyle;rounded=0;orthogonalLoop=1;jettySize=auto;html=1;" target="pPH6oVQiPgVcm9OUePWL-6" value="">
          <mxGeometry relative="1" as="geometry" />
        </mxCell>
        <mxCell id="pPH6oVQiPgVcm9OUePWL-4" parent="1" style="whiteSpace=wrap;html=1;rounded=1;" value="User logins to Zerodha" vertex="1">
          <mxGeometry height="60" width="120" x="423" y="101" as="geometry" />
        </mxCell>
        <mxCell id="pPH6oVQiPgVcm9OUePWL-9" edge="1" parent="1" source="pPH6oVQiPgVcm9OUePWL-6" style="edgeStyle=orthogonalEdgeStyle;rounded=0;orthogonalLoop=1;jettySize=auto;html=1;" target="pPH6oVQiPgVcm9OUePWL-8" value="">
          <mxGeometry relative="1" as="geometry" />
        </mxCell>
        <mxCell id="pPH6oVQiPgVcm9OUePWL-6" parent="1" style="whiteSpace=wrap;html=1;rounded=1;" value="Redirected to callback URL with request_token&lt;br&gt;&lt;b&gt;http://localhost:3000/api/auth/kite/callback&lt;/b&gt;" vertex="1">
          <mxGeometry height="60" width="262" x="352" y="244" as="geometry" />
        </mxCell>
        <mxCell id="pPH6oVQiPgVcm9OUePWL-13" edge="1" parent="1" source="pPH6oVQiPgVcm9OUePWL-8" style="edgeStyle=orthogonalEdgeStyle;rounded=0;orthogonalLoop=1;jettySize=auto;html=1;" target="pPH6oVQiPgVcm9OUePWL-12" value="">
          <mxGeometry relative="1" as="geometry" />
        </mxCell>
        <mxCell id="pPH6oVQiPgVcm9OUePWL-8" parent="1" style="whiteSpace=wrap;html=1;rounded=1;" value="In loader for this route, generate the session" vertex="1">
          <mxGeometry height="60" width="120" x="17" y="244" as="geometry" />
        </mxCell>
        <mxCell id="pPH6oVQiPgVcm9OUePWL-15" edge="1" parent="1" source="pPH6oVQiPgVcm9OUePWL-12" style="edgeStyle=orthogonalEdgeStyle;rounded=0;orthogonalLoop=1;jettySize=auto;html=1;" target="pPH6oVQiPgVcm9OUePWL-14" value="">
          <mxGeometry relative="1" as="geometry" />
        </mxCell>
        <mxCell id="pPH6oVQiPgVcm9OUePWL-12" parent="1" style="whiteSpace=wrap;html=1;rounded=1;" value="Serialize and save the access token in cookie" vertex="1">
          <mxGeometry height="60" width="120" x="17" y="384" as="geometry" />
        </mxCell>
        <mxCell id="pPH6oVQiPgVcm9OUePWL-17" edge="1" parent="1" source="pPH6oVQiPgVcm9OUePWL-14" style="edgeStyle=orthogonalEdgeStyle;rounded=0;orthogonalLoop=1;jettySize=auto;html=1;" target="pPH6oVQiPgVcm9OUePWL-16" value="">
          <mxGeometry relative="1" as="geometry" />
        </mxCell>
        <mxCell id="pPH6oVQiPgVcm9OUePWL-14" parent="1" style="whiteSpace=wrap;html=1;rounded=1;" value="redirect to /dashboard" vertex="1">
          <mxGeometry height="60" width="120" x="217" y="384" as="geometry" />
        </mxCell>
        <mxCell id="pPH6oVQiPgVcm9OUePWL-19" edge="1" parent="1" source="pPH6oVQiPgVcm9OUePWL-16" style="edgeStyle=orthogonalEdgeStyle;rounded=0;orthogonalLoop=1;jettySize=auto;html=1;" target="pPH6oVQiPgVcm9OUePWL-18" value="">
          <mxGeometry relative="1" as="geometry" />
        </mxCell>
        <mxCell id="pPH6oVQiPgVcm9OUePWL-16" parent="1" style="whiteSpace=wrap;html=1;rounded=1;" value="in dashboard loader, get the access token from the cookie and send it to client" vertex="1">
          <mxGeometry height="60" width="120" x="417" y="384" as="geometry" />
        </mxCell>
        <mxCell id="pPH6oVQiPgVcm9OUePWL-21" edge="1" parent="1" source="pPH6oVQiPgVcm9OUePWL-18" style="edgeStyle=orthogonalEdgeStyle;rounded=0;orthogonalLoop=1;jettySize=auto;html=1;" target="pPH6oVQiPgVcm9OUePWL-20" value="">
          <mxGeometry relative="1" as="geometry" />
        </mxCell>
        <mxCell id="pPH6oVQiPgVcm9OUePWL-18" parent="1" style="whiteSpace=wrap;html=1;rounded=1;" value="front-end creates the kc client with api_key and access_token.&amp;nbsp;&amp;nbsp;" vertex="1">
          <mxGeometry height="60" width="120" x="617" y="384" as="geometry" />
        </mxCell>
        <mxCell id="pPH6oVQiPgVcm9OUePWL-20" parent="1" style="whiteSpace=wrap;html=1;rounded=1;" value="use kc client for calling Kite APIs" vertex="1">
          <mxGeometry height="60" width="120" x="617" y="524" as="geometry" />
        </mxCell>
      </root>
    </mxGraphModel>
  </diagram>
  <diagram name="UI/UX" id="5MV4RERJIjpIYta4IkZD">
    <mxGraphModel dx="3134" dy="2189" grid="0" gridSize="10" guides="1" tooltips="1" connect="1" arrows="1" fold="1" page="0" pageScale="1" pageWidth="402" pageHeight="874" background="#ffffff" math="0" shadow="0">
      <root>
        <mxCell id="0" />
        <mxCell id="1" parent="0" />
        <mxCell id="ExlUUjPYo0Ii6ma58Pc_-14" parent="1" style="rounded=1;whiteSpace=wrap;html=1;" value="" vertex="1">
          <mxGeometry height="321" width="1097" x="-296" y="-20" as="geometry" />
        </mxCell>
        <mxCell id="ExlUUjPYo0Ii6ma58Pc_-13" parent="1" style="rounded=1;whiteSpace=wrap;html=1;" value="" vertex="1">
          <mxGeometry height="321" width="1097" x="-287" y="732" as="geometry" />
        </mxCell>
        <mxCell id="iMmVTYed4h1aN_pzg3ix-1" parent="1" style="text;html=1;whiteSpace=wrap;strokeColor=none;fillColor=none;align=center;verticalAlign=middle;rounded=0;fontStyle=1;fontSize=48;fontColor=light-dark(#7a7978, #ededed);" value="Net Qty." vertex="1">
          <mxGeometry height="59" width="60" x="-120" y="72" as="geometry" />
        </mxCell>
        <mxCell id="iMmVTYed4h1aN_pzg3ix-2" parent="1" style="text;html=1;whiteSpace=wrap;strokeColor=none;fillColor=none;align=center;verticalAlign=middle;rounded=0;fontStyle=1;fontSize=48;fontColor=light-dark(#7a7978, #ededed);" value="AVG. PRICE" vertex="1">
          <mxGeometry height="59" width="60" x="149" y="61" as="geometry" />
        </mxCell>
        <mxCell id="iMmVTYed4h1aN_pzg3ix-3" parent="1" style="text;html=1;whiteSpace=wrap;strokeColor=none;fillColor=none;align=center;verticalAlign=middle;rounded=0;fontStyle=1;fontSize=48;fontColor=light-dark(#7a7978, #ededed);" value="LTP" vertex="1">
          <mxGeometry height="59" width="60" x="418" y="61" as="geometry" />
        </mxCell>
        <mxCell id="iMmVTYed4h1aN_pzg3ix-4" parent="1" style="text;html=1;whiteSpace=wrap;strokeColor=none;fillColor=none;align=center;verticalAlign=middle;rounded=0;fontStyle=1;fontSize=48;fontColor=light-dark(#7a7978, #ededed);" value="PnL" vertex="1">
          <mxGeometry height="59" width="60" x="687" y="61" as="geometry" />
        </mxCell>
        <mxCell id="iMmVTYed4h1aN_pzg3ix-5" parent="1" style="text;html=1;whiteSpace=wrap;strokeColor=none;fillColor=none;align=center;verticalAlign=middle;rounded=0;fontSize=36;fontStyle=1" value="100" vertex="1">
          <mxGeometry height="30" width="60" x="-120" y="211" as="geometry" />
        </mxCell>
        <mxCell id="iMmVTYed4h1aN_pzg3ix-6" parent="1" style="text;html=1;whiteSpace=wrap;strokeColor=none;fillColor=none;align=center;verticalAlign=middle;rounded=0;fontSize=36;fontStyle=1" value="36.40" vertex="1">
          <mxGeometry height="30" width="60" x="149" y="211" as="geometry" />
        </mxCell>
        <mxCell id="iMmVTYed4h1aN_pzg3ix-7" parent="1" style="text;html=1;whiteSpace=wrap;strokeColor=none;fillColor=none;align=center;verticalAlign=middle;rounded=0;fontSize=36;fontStyle=1" value="37.45" vertex="1">
          <mxGeometry height="30" width="60" x="418" y="211" as="geometry" />
        </mxCell>
        <mxCell id="iMmVTYed4h1aN_pzg3ix-8" parent="1" style="text;html=1;whiteSpace=wrap;strokeColor=none;fillColor=none;align=center;verticalAlign=middle;rounded=0;fontSize=36;fontStyle=1" value="100" vertex="1">
          <mxGeometry height="30" width="60" x="687" y="211" as="geometry" />
        </mxCell>
        <mxCell id="7si3vGMUa6yKKs87A3T9-2" edge="1" parent="1" source="7si3vGMUa6yKKs87A3T9-1" style="edgeStyle=orthogonalEdgeStyle;rounded=0;orthogonalLoop=1;jettySize=auto;html=1;exitX=0.5;exitY=0;exitDx=0;exitDy=0;entryX=0;entryY=0.5;entryDx=0;entryDy=0;" target="iMmVTYed4h1aN_pzg3ix-5">
          <mxGeometry relative="1" as="geometry">
            <Array as="points">
              <mxPoint x="-283" y="227" />
              <mxPoint x="-139" y="227" />
            </Array>
            <mxPoint x="-139.09090909090924" y="259.27272727272725" as="targetPoint" />
          </mxGeometry>
        </mxCell>
        <mxCell id="7si3vGMUa6yKKs87A3T9-1" parent="1" style="text;html=1;whiteSpace=wrap;strokeColor=none;fillColor=none;align=center;verticalAlign=middle;rounded=0;fontStyle=1" value="Red color if negative, blue color if positive" vertex="1">
          <mxGeometry height="70" width="129" x="-347" y="453" as="geometry" />
        </mxCell>
        <mxCell id="7si3vGMUa6yKKs87A3T9-4" edge="1" parent="1" source="7si3vGMUa6yKKs87A3T9-3" style="edgeStyle=orthogonalEdgeStyle;rounded=0;orthogonalLoop=1;jettySize=auto;html=1;entryX=0.5;entryY=1;entryDx=0;entryDy=0;" target="iMmVTYed4h1aN_pzg3ix-8">
          <mxGeometry relative="1" as="geometry" />
        </mxCell>
        <mxCell id="7si3vGMUa6yKKs87A3T9-3" parent="1" style="text;html=1;whiteSpace=wrap;strokeColor=none;fillColor=none;align=center;verticalAlign=middle;rounded=0;fontStyle=1" value="Red color if negative, blue color if positive" vertex="1">
          <mxGeometry height="70" width="129" x="681" y="398" as="geometry" />
        </mxCell>
        <mxCell id="7si3vGMUa6yKKs87A3T9-5" parent="1" style="text;html=1;whiteSpace=wrap;strokeColor=none;fillColor=none;align=center;verticalAlign=middle;rounded=0;" value="Will receive the following props:&lt;br&gt;netQuantity: number;&lt;br&gt;&lt;div&gt;averagePrice: number&lt;/div&gt;&lt;div&gt;ltp: number;&lt;/div&gt;" vertex="1">
          <mxGeometry height="101" width="203" x="-25" y="355" as="geometry" />
        </mxCell>
        <mxCell id="7si3vGMUa6yKKs87A3T9-6" parent="1" style="text;html=1;whiteSpace=wrap;strokeColor=none;fillColor=none;align=center;verticalAlign=middle;rounded=0;" value="PnL needs to be calculated by the component" vertex="1">
          <mxGeometry height="101" width="203" x="-21" y="482" as="geometry" />
        </mxCell>
        <mxCell id="7si3vGMUa6yKKs87A3T9-7" parent="1" style="text;html=1;whiteSpace=wrap;strokeColor=none;fillColor=none;align=center;verticalAlign=middle;rounded=0;fontStyle=1;fontSize=48;fontColor=light-dark(#7a7978, #ededed);" value="Net Qty." vertex="1">
          <mxGeometry height="59" width="60" x="-186" y="816" as="geometry" />
        </mxCell>
        <mxCell id="7si3vGMUa6yKKs87A3T9-8" parent="1" style="text;html=1;whiteSpace=wrap;strokeColor=none;fillColor=none;align=center;verticalAlign=middle;rounded=0;fontStyle=1;fontSize=48;fontColor=light-dark(#7a7978, #ededed);" value="AVG. PRICE" vertex="1">
          <mxGeometry height="59" width="60" x="83" y="805" as="geometry" />
        </mxCell>
        <mxCell id="7si3vGMUa6yKKs87A3T9-9" parent="1" style="text;html=1;whiteSpace=wrap;strokeColor=none;fillColor=none;align=center;verticalAlign=middle;rounded=0;fontStyle=1;fontSize=48;fontColor=light-dark(#7a7978, #ededed);" value="LTP" vertex="1">
          <mxGeometry height="59" width="60" x="352" y="805" as="geometry" />
        </mxCell>
        <mxCell id="7si3vGMUa6yKKs87A3T9-10" parent="1" style="text;html=1;whiteSpace=wrap;strokeColor=none;fillColor=none;align=center;verticalAlign=middle;rounded=0;fontStyle=1;fontSize=48;fontColor=light-dark(#7a7978, #ededed);" value="PnL" vertex="1">
          <mxGeometry height="59" width="60" x="621" y="805" as="geometry" />
        </mxCell>
        <mxCell id="7si3vGMUa6yKKs87A3T9-11" parent="1" style="text;html=1;whiteSpace=wrap;strokeColor=none;fillColor=none;align=center;verticalAlign=middle;rounded=0;fontSize=18;fontStyle=1" value="{props.netQuantity}" vertex="1">
          <mxGeometry height="30" width="60" x="-186" y="955" as="geometry" />
        </mxCell>
        <mxCell id="7si3vGMUa6yKKs87A3T9-12" parent="1" style="text;html=1;whiteSpace=wrap;strokeColor=none;fillColor=none;align=center;verticalAlign=middle;rounded=0;fontSize=18;fontStyle=1" value="&lt;div&gt;{props.averagePrice}&lt;/div&gt;" vertex="1">
          <mxGeometry height="30" width="60" x="83" y="955" as="geometry" />
        </mxCell>
        <mxCell id="7si3vGMUa6yKKs87A3T9-13" parent="1" style="text;html=1;whiteSpace=wrap;strokeColor=none;fillColor=none;align=center;verticalAlign=middle;rounded=0;fontSize=18;fontStyle=1" value="{props.ltp}" vertex="1">
          <mxGeometry height="30" width="60" x="352" y="955" as="geometry" />
        </mxCell>
        <mxCell id="7si3vGMUa6yKKs87A3T9-14" parent="1" style="text;html=1;whiteSpace=wrap;strokeColor=none;fillColor=none;align=center;verticalAlign=middle;rounded=0;fontSize=18;fontStyle=1" value="{pnl}" vertex="1">
          <mxGeometry height="30" width="60" x="621" y="955" as="geometry" />
        </mxCell>
        <mxCell id="ExlUUjPYo0Ii6ma58Pc_-1" parent="1" style="rounded=1;whiteSpace=wrap;html=1;" value="" vertex="1">
          <mxGeometry height="321" width="1253" x="-202" y="1234" as="geometry" />
        </mxCell>
        <mxCell id="ExlUUjPYo0Ii6ma58Pc_-2" parent="1" style="text;html=1;whiteSpace=wrap;strokeColor=none;fillColor=none;align=center;verticalAlign=middle;rounded=0;fontStyle=1;fontSize=48;fontColor=light-dark(#7a7978, #ededed);" value="Total Margin" vertex="1">
          <mxGeometry height="59" width="168" x="-154" y="1292" as="geometry" />
        </mxCell>
        <mxCell id="ExlUUjPYo0Ii6ma58Pc_-3" parent="1" style="text;html=1;whiteSpace=wrap;strokeColor=none;fillColor=none;align=center;verticalAlign=middle;rounded=0;fontStyle=1;fontSize=48;fontColor=light-dark(#7a7978, #ededed);" value="Utilized Margin" vertex="1">
          <mxGeometry height="59" width="168" x="330" y="1295" as="geometry" />
        </mxCell>
        <mxCell id="ExlUUjPYo0Ii6ma58Pc_-4" parent="1" style="text;html=1;whiteSpace=wrap;strokeColor=none;fillColor=none;align=center;verticalAlign=middle;rounded=0;fontStyle=1;fontSize=48;fontColor=light-dark(#7a7978, #ededed);" value="Net Margin" vertex="1">
          <mxGeometry height="59" width="168" x="813" y="1289" as="geometry" />
        </mxCell>
        <mxCell id="ExlUUjPYo0Ii6ma58Pc_-5" parent="1" style="text;html=1;whiteSpace=wrap;strokeColor=none;fillColor=none;align=center;verticalAlign=middle;rounded=0;fontSize=42;" value="₹2000" vertex="1">
          <mxGeometry height="30" width="60" x="-100" y="1412" as="geometry" />
        </mxCell>
        <mxCell id="ExlUUjPYo0Ii6ma58Pc_-7" parent="1" style="text;html=1;whiteSpace=wrap;strokeColor=none;fillColor=none;align=center;verticalAlign=middle;rounded=0;fontSize=42;" value="₹200" vertex="1">
          <mxGeometry height="30" width="60" x="384" y="1412" as="geometry" />
        </mxCell>
        <mxCell id="ExlUUjPYo0Ii6ma58Pc_-8" parent="1" style="text;html=1;whiteSpace=wrap;strokeColor=none;fillColor=none;align=center;verticalAlign=middle;rounded=0;fontSize=42;" value="₹1800" vertex="1">
          <mxGeometry height="30" width="60" x="867" y="1412" as="geometry" />
        </mxCell>
        <mxCell id="ExlUUjPYo0Ii6ma58Pc_-9" parent="1" style="html=1;shadow=0;dashed=0;shape=mxgraph.bootstrap.rrect;rSize=5;fillColor=#E9ECEF;strokeColor=none;" value="" vertex="1">
          <mxGeometry height="20" width="800" x="24.5" y="1507" as="geometry" />
        </mxCell>
        <mxCell id="ExlUUjPYo0Ii6ma58Pc_-10" parent="ExlUUjPYo0Ii6ma58Pc_-9" style="html=1;shadow=0;dashed=0;shape=mxgraph.bootstrap.leftButton;rSize=5;fillColor=#1CA5B8;strokeColor=none;resizeHeight=1;" value="" vertex="1">
          <mxGeometry height="20" relative="1" width="250" as="geometry" />
        </mxCell>
        <mxCell id="ExlUUjPYo0Ii6ma58Pc_-11" parent="1" style="text;html=1;whiteSpace=wrap;strokeColor=none;fillColor=none;align=center;verticalAlign=middle;rounded=0;fontSize=24;" value="The max value on the progress bar is the total margin and the filled in part is the utilized margin" vertex="1">
          <mxGeometry height="92" width="269" x="175" y="1620" as="geometry" />
        </mxCell>
        <mxCell id="ExlUUjPYo0Ii6ma58Pc_-12" edge="1" parent="1" source="ExlUUjPYo0Ii6ma58Pc_-11" style="edgeStyle=orthogonalEdgeStyle;rounded=0;orthogonalLoop=1;jettySize=auto;html=1;exitX=0.5;exitY=0;exitDx=0;exitDy=0;entryX=0.412;entryY=0.999;entryDx=0;entryDy=0;entryPerimeter=0;" target="ExlUUjPYo0Ii6ma58Pc_-1">
          <mxGeometry relative="1" as="geometry" />
        </mxCell>
      </root>
    </mxGraphModel>
  </diagram>
  <diagram id="dmkDPsUycKQvBsQ4H3Di" name="Kite-Fly-Ticker-Architecture">
    <mxGraphModel dx="1357" dy="626" grid="0" gridSize="10" guides="1" tooltips="1" connect="1" arrows="1" fold="1" page="0" pageScale="1" pageWidth="402" pageHeight="874" math="0" shadow="0">
      <root>
        <mxCell id="0" />
        <mxCell id="1" parent="0" />
        <mxCell id="FDZGNOtkY16CQce4NqAR-3" edge="1" parent="1" source="FDZGNOtkY16CQce4NqAR-1" style="edgeStyle=orthogonalEdgeStyle;rounded=0;orthogonalLoop=1;jettySize=auto;html=1;" target="FDZGNOtkY16CQce4NqAR-2" value="">
          <mxGeometry relative="1" as="geometry" />
        </mxCell>
        <mxCell id="FDZGNOtkY16CQce4NqAR-1" parent="1" style="rounded=1;whiteSpace=wrap;html=1;" value="Client posts a request - for example:&lt;br&gt;&lt;div&gt;&lt;br&gt;&lt;/div&gt;&lt;br&gt;&lt;div&gt;fetch(&quot;http://localhost:3000/api/ltp&quot;, () =&amp;gt; {&lt;/div&gt;&lt;div&gt;method: &quot;POST&quot;,&lt;/div&gt;&lt;div&gt;body: JSON.stringify({&lt;/div&gt;&lt;div&gt;instrument: &quot;WIPRO&quot;,&lt;br&gt;ltp: 128.10&lt;/div&gt;&lt;div&gt;})&lt;/div&gt;&lt;div&gt;})&lt;br&gt;&lt;br&gt;The call is made from another site - for ex. https://kite.zerodha.com&lt;/div&gt;" vertex="1">
          <mxGeometry height="236" width="345" x="-33" y="45" as="geometry" />
        </mxCell>
        <mxCell id="FDZGNOtkY16CQce4NqAR-5" edge="1" parent="1" source="FDZGNOtkY16CQce4NqAR-2" style="edgeStyle=orthogonalEdgeStyle;rounded=0;orthogonalLoop=1;jettySize=auto;html=1;" target="FDZGNOtkY16CQce4NqAR-4" value="">
          <mxGeometry relative="1" as="geometry" />
        </mxCell>
        <mxCell id="FDZGNOtkY16CQce4NqAR-2" parent="1" style="whiteSpace=wrap;html=1;rounded=1;" value="SERVER" vertex="1">
          <mxGeometry height="60" width="120" x="504.5" y="98.5" as="geometry" />
        </mxCell>
        <mxCell id="FDZGNOtkY16CQce4NqAR-8" edge="1" parent="1" source="FDZGNOtkY16CQce4NqAR-4" style="edgeStyle=orthogonalEdgeStyle;rounded=0;orthogonalLoop=1;jettySize=auto;html=1;exitX=0.75;exitY=1;exitDx=0;exitDy=0;entryX=1;entryY=0.75;entryDx=0;entryDy=0;" target="FDZGNOtkY16CQce4NqAR-6">
          <mxGeometry relative="1" as="geometry" />
        </mxCell>
        <mxCell id="FDZGNOtkY16CQce4NqAR-4" parent="1" style="whiteSpace=wrap;html=1;rounded=1;" value="Websocket" vertex="1">
          <mxGeometry height="60" width="120" x="504.5" y="265" as="geometry" />
        </mxCell>
        <mxCell id="FDZGNOtkY16CQce4NqAR-7" edge="1" parent="1" source="FDZGNOtkY16CQce4NqAR-6" style="edgeStyle=orthogonalEdgeStyle;rounded=0;orthogonalLoop=1;jettySize=auto;html=1;entryX=0.5;entryY=1;entryDx=0;entryDy=0;" target="FDZGNOtkY16CQce4NqAR-4">
          <mxGeometry relative="1" as="geometry" />
        </mxCell>
        <mxCell id="FDZGNOtkY16CQce4NqAR-6" parent="1" style="rounded=1;whiteSpace=wrap;html=1;" value="On another client,&lt;div&gt;new Websocket()&lt;/div&gt;// receive the data which is sent from /api/ltp" vertex="1">
          <mxGeometry height="167" width="345" x="1" y="392" as="geometry" />
        </mxCell>
      </root>
    </mxGraphModel>
  </diagram>
</mxfile>
